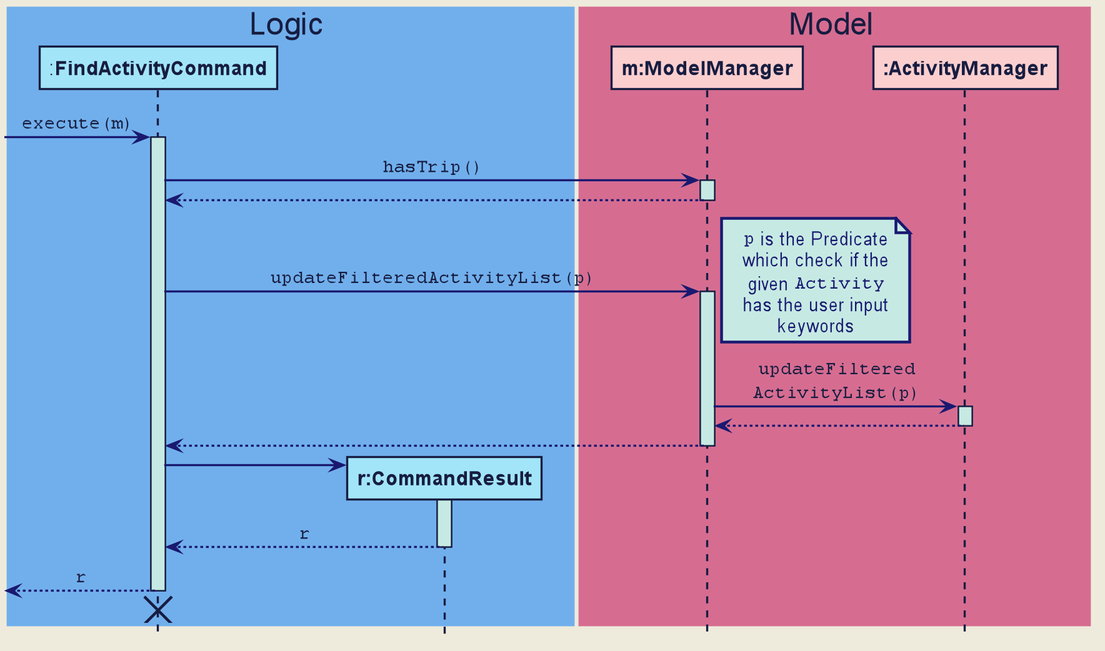
The PlantUML diagram docs/images/developer-guide/activity/FindActivitySequenceDiagram.png in zenatrick/main, before a commit. Its diagram source:
```plantuml
@startuml







skinparam BackgroundColor #EEEBDC
skinparam Shadowing false
skinparam MinClassWidth 50
skinparam PackageStyle Rectangle

skinparam Default {
    FontColor #171D40
    FontName Arial
    TextAlignment center
}

skinparam Participant {
    Padding 10
    BorderColor #171D40
}

skinparam Title {
    FontColor #171D40
    FontName Arial
    FontSize 22
}

skinparam Arrow {
    Thickness 1.5
    Color MidNightBlue
}

skinparam Note {
    BackgroundColor #C6EAE3
    FontColor MidNightBlue
    BorderColor MidNightBlue
    BorderThickness 2
}

skinparam Class {
    BorderThickness 1
    BorderColor #171D40
    BackgroundColor #A2E5F9
    AttributeFontColor MidNightBlue
    AttributeIconSize 0
    StereotypeFontColor #171D40
    StereotypeFontStyle normal
    FontName Arial
}

skinparam Object {
    BorderThickness 2
    BorderColor #171D40
    BackgroundColor #C6EAE3
    AttributeFontColor MidNightBlue
    AttributeIconSize 0
    StereotypeFontColor #171D40
    StereotypeFontStyle normal
    FontName Arial
}

skinparam Actor {
    BorderColor #000000
    Color #000000
    FontName Arial
}

skinparam Sequence {
    LifeLineBackgroundColor #C6EAE3
    LifeLineBorderColor #171D40
    LifeLineBorderThickness 1.5
    MessageAlignment center
    SequenceParticipantBorderThickness 10
    ReferenceBackgroundColor #C6EAE3
    ReferenceBorderColor #171D40
    TitleFontColor #171D40
    StereotypeFontStyle normal
    BoxFontSize 22
    BoxFontName Arial
    BoxFontStyle normal
    BoxPadding 0
    BoxBorderColor #EEEBDC
}

skinparam Participant {
    Padding 20
}

skinparam Activity {
    StartColor #171D40
    EndColor #171D40
    BorderThickness 1.5
    BorderColor #171D40
    BackgroundColor #A2E5F9
    DiamondBackgroundColor #A2E5F9
    DiamondBorderColor #171D40
}

hide footbox
hide circle

box Logic #71AFEC
participant ":**FindActivityCommand**" as FindActivityCommand #A2E5F9
participant "**r:CommandResult**" as CommandResult #A2E5F9
end box

box Model #D66D91
participant "**m:ModelManager**" as ModelManager #FCCFCF
participant "**:ActivityManager**" as ActivityManager #FCCFCF
end box

[-> FindActivityCommand : ""execute(m)""
activate FindActivityCommand

FindActivityCommand -> ModelManager : ""hasTrip()""
activate ModelManager

ModelManager --> FindActivityCommand
deactivate

FindActivityCommand -> ModelManager : ""updateFilteredActivityList(p)""
activate ModelManager

note right
""p"" is the Predicate
which check if the
given ""Activity""
has the user input
keywords
end note

ModelManager -> ActivityManager : ""updateFiltered""\n""ActivityList(p)""
activate ActivityManager

ActivityManager --> ModelManager
deactivate ActivityManager

ModelManager --> FindActivityCommand
deactivate

create CommandResult
FindActivityCommand -> CommandResult
activate CommandResult

CommandResult --> FindActivityCommand : ""r""
deactivate CommandResult

[<-- FindActivityCommand : ""r""
deactivate FindActivityCommand

FindActivityCommand -[hidden]> CommandResult
destroy FindActivityCommand




@enduml
```
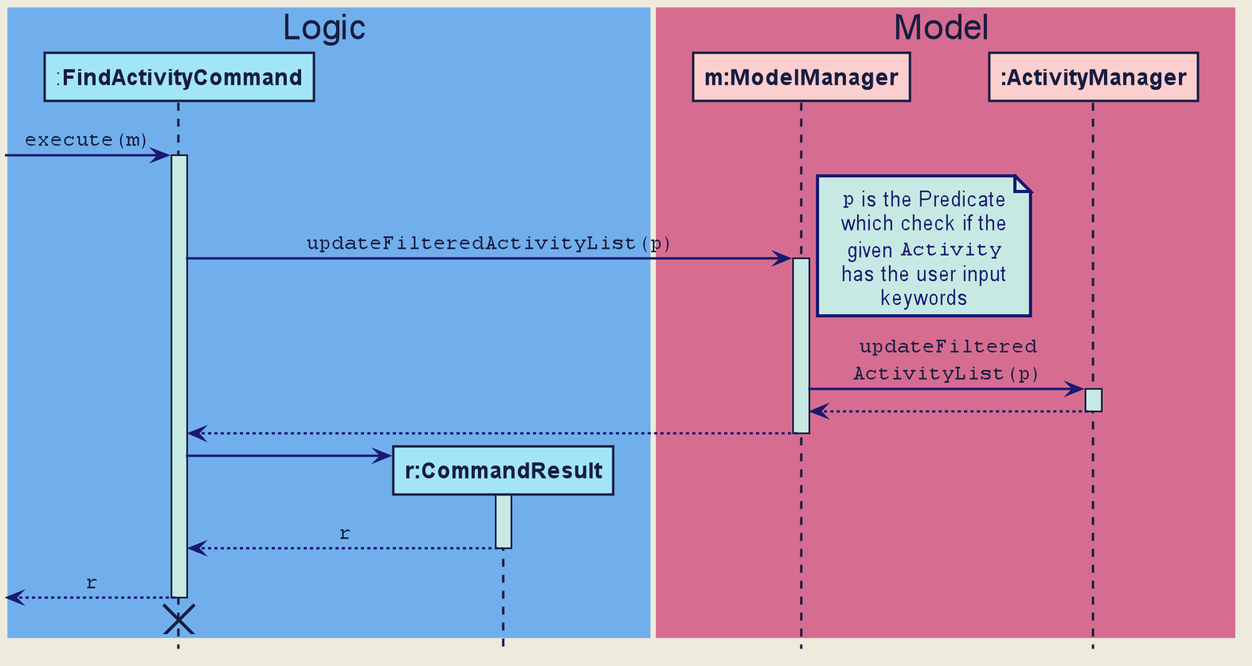
The same file after the commit.

Diff of the diagram source:
```diff
@@ -115,12 +115,6 @@
 [-> FindActivityCommand : ""execute(m)""
 activate FindActivityCommand
 
-FindActivityCommand -> ModelManager : ""hasTrip()""
-activate ModelManager
-
-ModelManager --> FindActivityCommand
-deactivate
-
 FindActivityCommand -> ModelManager : ""updateFilteredActivityList(p)""
 activate ModelManager
 
```
